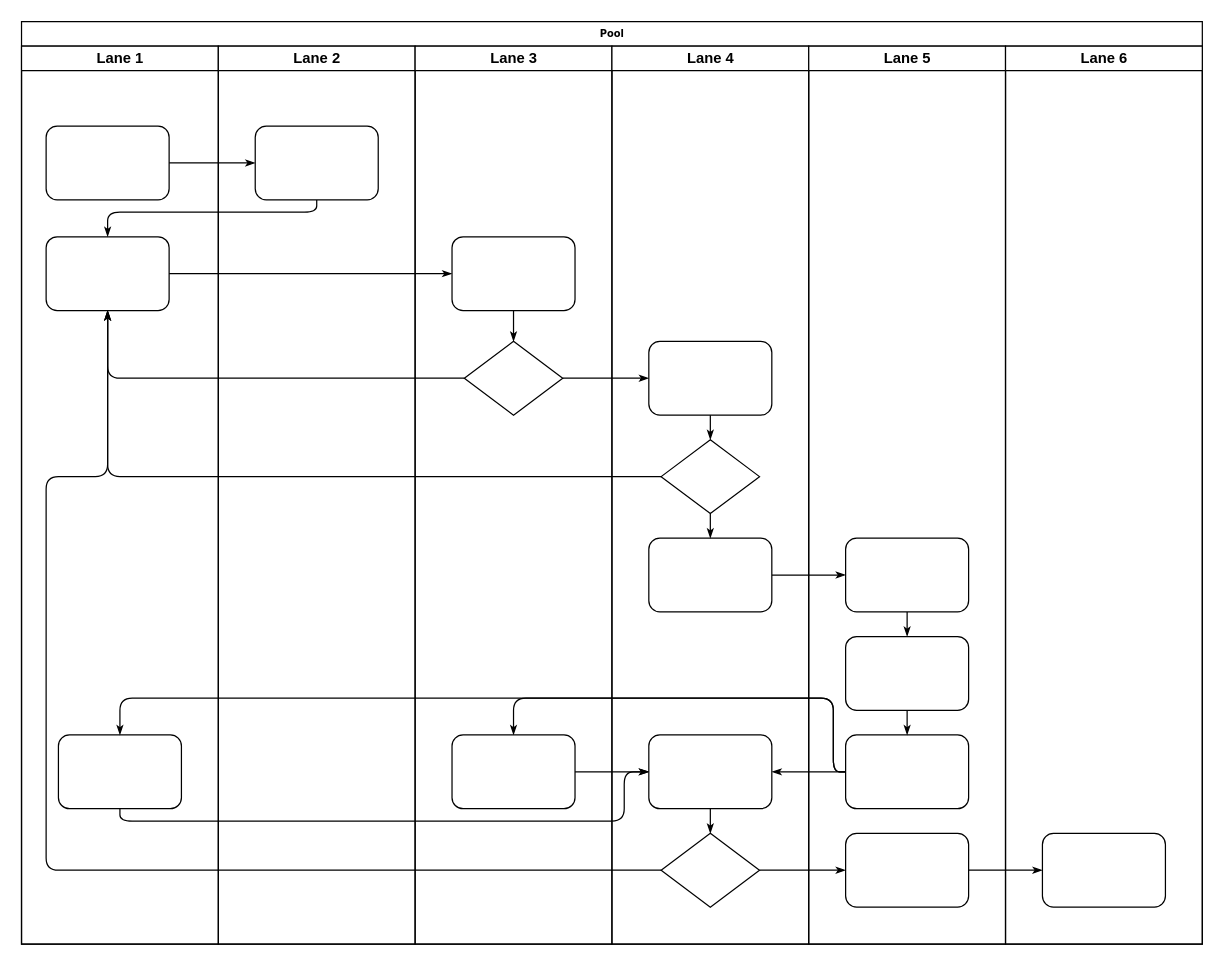
Above: 商城/后台/商城系统/商城中心/商城中心流程图.drawio in Wangdewei1/architecture-diagram (draw.io), before the change. Source tidied: cells renumbered, new cells numbered last; positions are measured from the earlier drawing's top-left corner, leaving out a move shared by most shapes. Both pictures are drawn from the tidied source at 123%, with x=0, y=0 at pixel (21, 21).
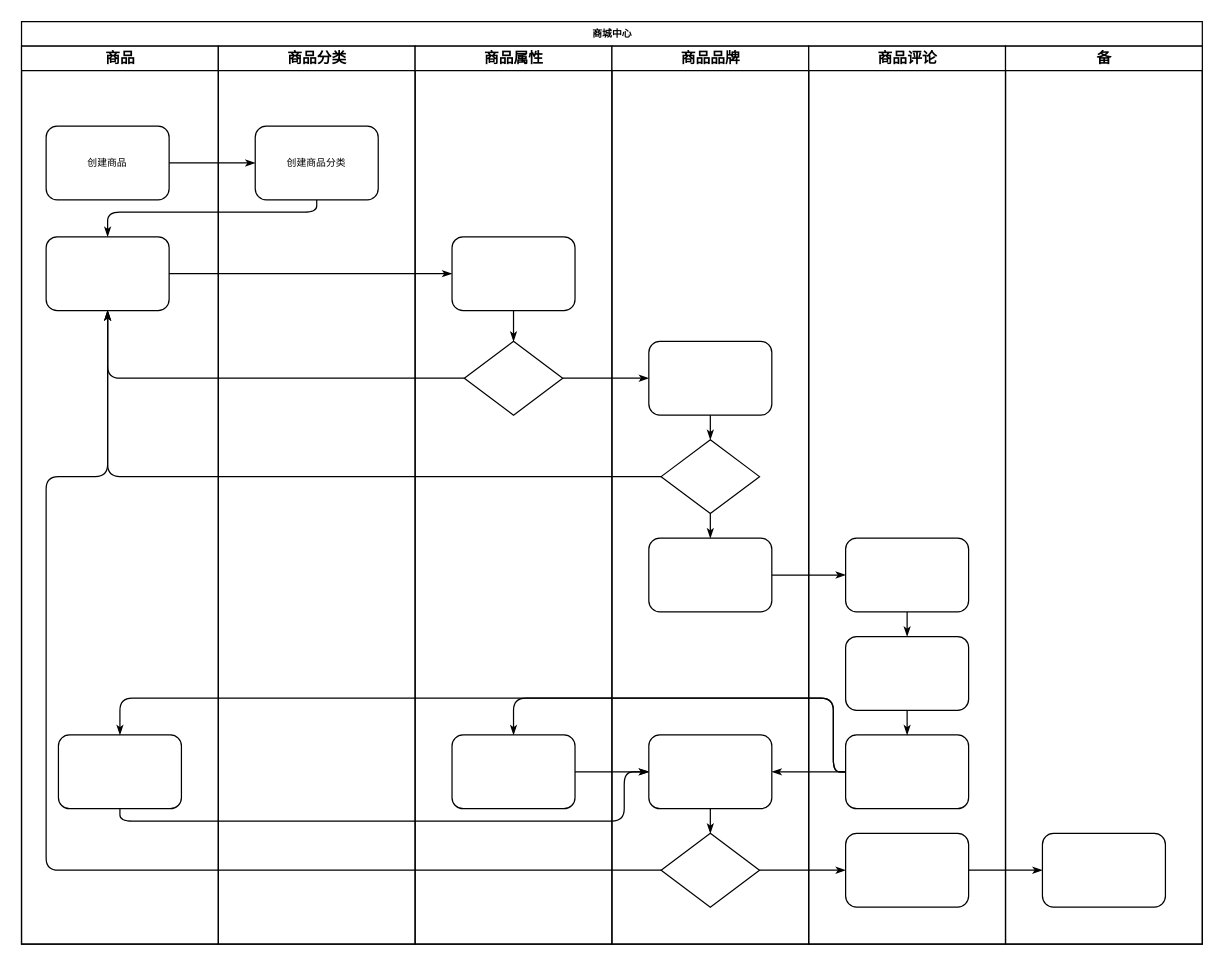
The same diagram, later.

Commit message:
更新商城中心流程图.drawio

What changed in the source:
```diff
@@
-    <mxCell id="2" value="Pool" style="swimlane;html=1;startSize=20;rounded=0;shadow=0;labelBackgroundColor=none;strokeWidth=1;fontFamily=Verdana;fontSize=8;align=center;" parent="1" vertex="1">
+    <mxCell id="2" value="商城中心" style="swimlane;html=1;startSize=20;rounded=0;shadow=0;labelBackgroundColor=none;strokeWidth=1;fontFamily=Verdana;fontSize=8;align=center;" parent="1" vertex="1">
       <mxGeometry width="960" height="750" as="geometry" />
     </mxCell>
-    <mxCell id="3" value="Lane 1" style="swimlane;html=1;startSize=20;" parent="2" vertex="1">
+    <mxCell id="3" value="商品" style="swimlane;html=1;startSize=20;" parent="2" vertex="1">
       <mxGeometry y="20" width="160" height="730" as="geometry" />
     </mxCell>
-    <mxCell id="4" style="rounded=1;whiteSpace=wrap;html=1;shadow=0;labelBackgroundColor=none;strokeWidth=1;fontFamily=Verdana;fontSize=8;align=center;" parent="3" vertex="1">
+    <mxCell id="4" value="创建商品" style="rounded=1;whiteSpace=wrap;html=1;shadow=0;labelBackgroundColor=none;strokeWidth=1;fontFamily=Verdana;fontSize=8;align=center;" parent="3" vertex="1">
       <mxGeometry x="20" y="65" width="100" height="60" as="geometry" />
     </mxCell>
@@
-    <mxCell id="22" value="Lane 2" style="swimlane;html=1;startSize=20;" parent="2" vertex="1">
+    <mxCell id="22" value="商品分类" style="swimlane;html=1;startSize=20;" parent="2" vertex="1">
       <mxGeometry x="160" y="20" width="160" height="730" as="geometry" />
     </mxCell>
-    <mxCell id="23" style="rounded=1;whiteSpace=wrap;html=1;shadow=0;labelBackgroundColor=none;strokeWidth=1;fontFamily=Verdana;fontSize=8;align=center;" parent="22" vertex="1">
+    <mxCell id="23" value="创建商品分类" style="rounded=1;whiteSpace=wrap;html=1;shadow=0;labelBackgroundColor=none;strokeWidth=1;fontFamily=Verdana;fontSize=8;align=center;" parent="22" vertex="1">
       <mxGeometry x="30" y="65" width="100" height="60" as="geometry" />
     </mxCell>
-    <mxCell id="24" value="Lane 3" style="swimlane;html=1;startSize=20;" parent="2" vertex="1">
+    <mxCell id="24" value="商品属性" style="swimlane;html=1;startSize=20;" parent="2" vertex="1">
       <mxGeometry x="320" y="20" width="160" height="730" as="geometry" />
     </mxCell>
@@
-    <mxCell id="29" value="Lane 4" style="swimlane;html=1;startSize=20;" parent="2" vertex="1">
+    <mxCell id="29" value="商品品牌" style="swimlane;html=1;startSize=20;" parent="2" vertex="1">
       <mxGeometry x="480" y="20" width="160" height="730" as="geometry" />
     </mxCell>
@@
-    <mxCell id="38" value="Lane 5" style="swimlane;html=1;startSize=20;" parent="2" vertex="1">
+    <mxCell id="38" value="商品评论" style="swimlane;html=1;startSize=20;" parent="2" vertex="1">
       <mxGeometry x="640" y="20" width="160" height="730" as="geometry" />
     </mxCell>
@@
-    <mxCell id="45" value="Lane 6" style="swimlane;html=1;startSize=20;" parent="2" vertex="1">
+    <mxCell id="45" value="备" style="swimlane;html=1;startSize=20;" parent="2" vertex="1">
       <mxGeometry x="800" y="20" width="160" height="730" as="geometry" />
     </mxCell>
```
